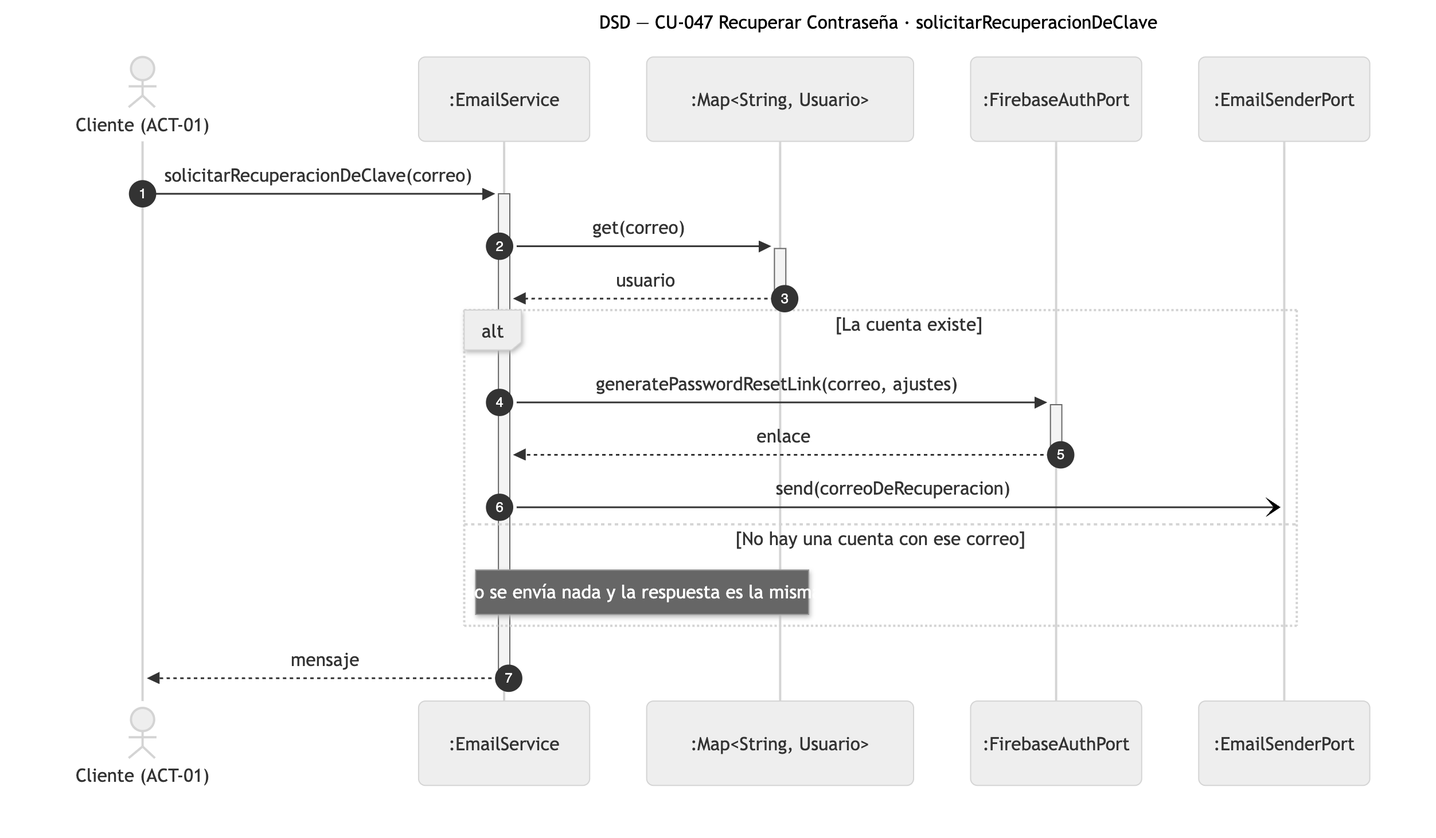
Nahuelito-Dev/splg-docs keeps this Mermaid diagram as diagramas/png/DSD_CU-047_solicitarRecuperacionDeClave.png. Above is the earlier version. Its source is kept beside it as diagramas/DSD_CU-047_solicitarRecuperacionDeClave.mmd. The source it was exported from:
```mermaid
sequenceDiagram
    title DSD — CU-047 Recuperar Contraseña · solicitarRecuperacionDeClave
    autonumber
    actor CLI as Cliente (ACT-01)
    participant SRV as :EmailService
    participant COL as :Map#lt;String, Usuario#gt;
    participant FBA as :FirebaseAuthPort
    participant SND as :EmailSenderPort

    CLI->>+SRV: solicitarRecuperacionDeClave(correo)
    SRV->>+COL: get(correo)
    COL-->>-SRV: usuario
    alt La cuenta existe
        SRV->>+FBA: generatePasswordResetLink(correo, ajustes)
        FBA-->>-SRV: enlace
        SRV-)SND: send(correoDeRecuperacion)
    else No hay una cuenta con ese correo
        Note over SRV,COL: No se envía nada y la respuesta es la misma
    end
    SRV-->>-CLI: mensaje
```
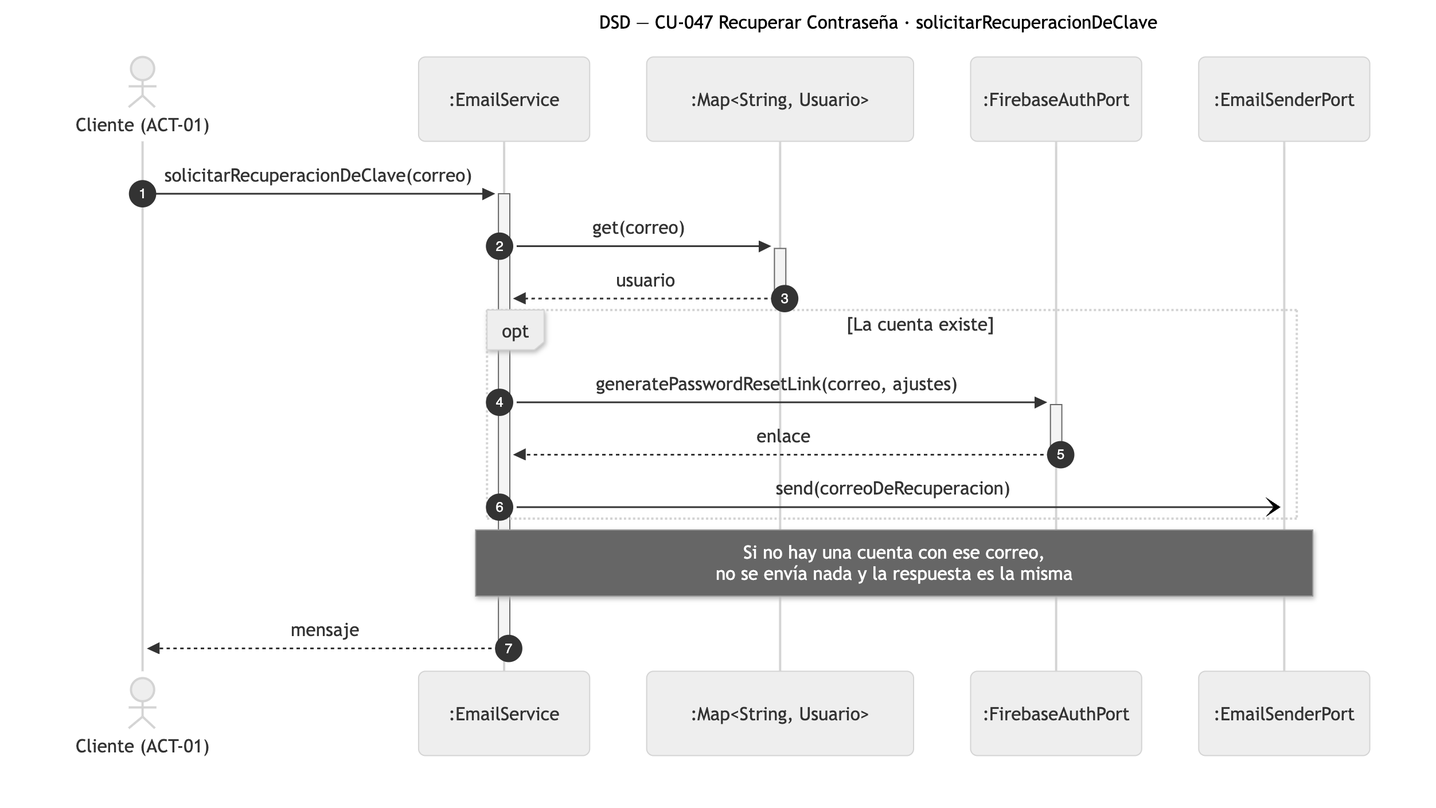
Above is the later version.

Change to the diagram source:
```diff
@@ -10,11 +10,10 @@
     CLI->>+SRV: solicitarRecuperacionDeClave(correo)
     SRV->>+COL: get(correo)
     COL-->>-SRV: usuario
-    alt La cuenta existe
+    opt La cuenta existe
         SRV->>+FBA: generatePasswordResetLink(correo, ajustes)
         FBA-->>-SRV: enlace
         SRV-)SND: send(correoDeRecuperacion)
-    else No hay una cuenta con ese correo
-        Note over SRV,COL: No se envía nada y la respuesta es la misma
     end
+    Note over SRV,SND: Si no hay una cuenta con ese correo,<br/>no se envía nada y la respuesta es la misma
     SRV-->>-CLI: mensaje
```
